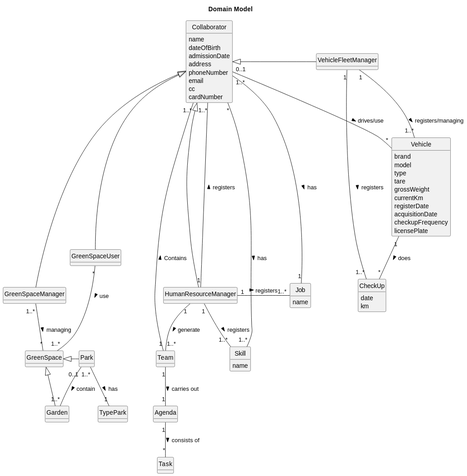
This is docs/sprint2/global-artifacts/02.analysis/svg/project-domain-model.svg from Departamento-de-Engenharia-Informatica/lei-24-s2-1db-g022, a PlantUML export, as it was before one commit. Source of this version:
```plantuml
@startuml
skinparam monochrome true
skinparam packageStyle rectangle
skinparam shadowing false
skinparam classAttributeIconSize 0
hide circle
hide methods

title Domain Model


class Collaborator {
    name
    dateOfBirth
    admissionDate
    address
    phoneNumber
    email
    cc
    cardNumber

}
class VehicleFleetManager {
}

class HumanResourceManager {
}

class GreenSpaceManager{
}

class GreenSpaceUser{
}

class Team{
}

class Agenda{
}

class Task{
}

class Vehicle{
    brand
    model
    type
    tare
    grossWeight
    currentKm
    registerDate
    acquisitionDate
    checkupFrequency
    licensePlate
}

class CheckUp{
    date
    km
}

class Skill{
    name
}

class Job{
    name
}

class Park{
}

class GreenSpace{
}

class Garden{
}

class TypePark{}


GreenSpace <|- Park
GreenSpace <|-- Garden
Park "1..*" -- "1" TypePark : has >
Park "0..1" -- "1..*" Garden : contain >



Collaborator  <|--  HumanResourceManager
Collaborator <|- VehicleFleetManager
Collaborator <|--- GreenSpaceManager
Collaborator <|-- GreenSpaceUser

HumanResourceManager "1" --- "1..*" Collaborator : registers >
HumanResourceManager "1" - "1..*" Job : registers >
HumanResourceManager "1" -- "1..*" Skill : registers >
HumanResourceManager "1" -- "1..*" Team : generate >


Collaborator "0..1" -- "*" Vehicle : drives/use >
Collaborator "1..*" ---- "1" Team : Contains <

Team "1" -- "1" Agenda : carries out >

Agenda "1" -- "*" Task : consists of >

Vehicle "1" -- "*" CheckUp :  does >

Skill "1..*" -- "*" Collaborator : has <

Job "1" -- "1..*" Collaborator : has <

VehicleFleetManager "1" -- "1..*" Vehicle : registers/managing >
VehicleFleetManager "1" -- "1..*" CheckUp : registers >

GreenSpaceManager "1..*" -- "*" GreenSpace :  managing >
GreenSpaceUser "*" -- "1..*" GreenSpace :  use >
@enduml
```
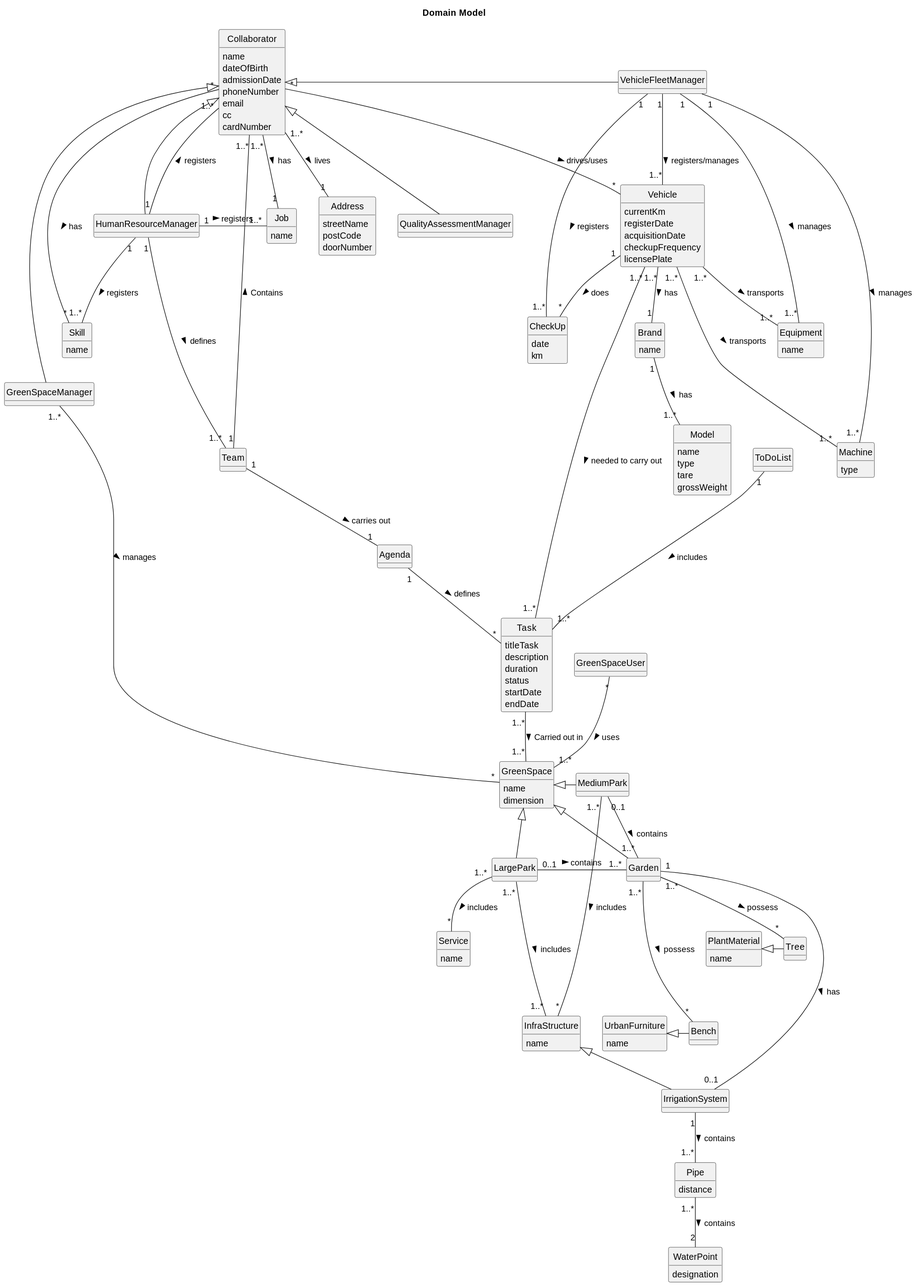
The same file after the commit.

Commit message:
Retification of global artefacts: -glossary; -analysis; -domain diagram.

What changed in the source:
```diff
@@ -13,13 +13,19 @@
     name
     dateOfBirth
     admissionDate
-    address
     phoneNumber
     email
     cc
     cardNumber
 
 }
+
+class Address {
+    streetName
+    postCode
+    doorNumber
+}
+
 class VehicleFleetManager {
 }
 
@@ -32,27 +38,42 @@
 class GreenSpaceUser{
 }
 
-class Team{
-}
+class QualityAssessmentManager{}
 
-class Agenda{
-}
+class Team{}
+
+class Agenda{}
+
+class ToDoList{}
 
 class Task{
+    titleTask
+    description
+    duration
+    status
+    startDate
+    endDate
 }
 
 class Vehicle{
-    brand
-    model
-    type
-    tare
-    grossWeight
     currentKm
     registerDate
     acquisitionDate
     checkupFrequency
     licensePlate
 }
+
+class Brand{
+    name
+}
+
+class Model{
+    name
+    type
+    tare
+    grossWeight
+}
+
 
 class CheckUp{
     date
@@ -67,52 +88,125 @@
     name
 }
 
-class Park{
+class MediumPark{
 }
 
 class GreenSpace{
+    name
+    dimension
 }
 
-class Garden{
+class Garden{}
+
+class LargePark{}
+
+class PlantMaterial{
+    name
 }
 
-class TypePark{}
+class Tree{}
+
+class UrbanFurniture{
+    name
+}
+
+class Bench{}
+
+class InfraStructure{
+    name
+}
+
+class IrrigationSystem{}
+
+class Pipe{
+    distance
+}
+
+class WaterPoint{
+    designation
+}
+
+class Service{
+    name
+}
+
+class Machine{
+    type
+}
+
+class Equipment{
+    name
+}
 
 
-GreenSpace <|- Park
-GreenSpace <|-- Garden
-Park "1..*" -- "1" TypePark : has >
-Park "0..1" -- "1..*" Garden : contain >
+VehicleFleetManager "1" - "1..*" Machine :  manages >
+VehicleFleetManager "1" - "1..*" Equipment :  manages >
 
 
+Vehicle "1..*" - "1..*" Task :  needed to carry out >
+Vehicle "1..*" --- "1..*" Machine :  transports >
+Vehicle "1..*" -- "1..*" Equipment :  transports >
 
+ToDoList "1" --- "1..*" Task : includes >
+
+
+IrrigationSystem "1" -- "1..*" Pipe : contains >
+Pipe "1..*" -- "2" WaterPoint : contains >
+
+
+InfraStructure <|- IrrigationSystem
+Garden "1" ---- "0..1" IrrigationSystem : has >
+MediumPark "1..*" -- "*" InfraStructure : includes >
+LargePark "1..*" --- "1..*" InfraStructure : includes >
+LargePark "1..*" -- "*" Service : includes >
+
+Task "1..*" -- "1..*" GreenSpace :  Carried out in  >
+PlantMaterial <|- Tree
+Garden "1..*" -- "*" Tree : possess >
+
+UrbanFurniture <|- Bench
+Garden "1..*" --- "*" Bench : possess >
+
+
+Collaborator "1..*" -- "1" Address : lives >
+
+Vehicle "1..*" -- "1" Brand : has >
+Brand "1" -- "1..*" Model : has >
+
+GreenSpace <|- MediumPark
+GreenSpace <|-- Garden
+GreenSpace <|-- LargePark
+MediumPark "0..1" -- "1..*" Garden : contains >
+LargePark "0..1" - "1..*" Garden : contains >
+
+
+Collaborator  <|--  QualityAssessmentManager
 Collaborator  <|--  HumanResourceManager
 Collaborator <|- VehicleFleetManager
 Collaborator <|--- GreenSpaceManager
-Collaborator <|-- GreenSpaceUser
 
-HumanResourceManager "1" --- "1..*" Collaborator : registers >
+HumanResourceManager "1" -- "1..*" Collaborator : registers >
 HumanResourceManager "1" - "1..*" Job : registers >
 HumanResourceManager "1" -- "1..*" Skill : registers >
-HumanResourceManager "1" -- "1..*" Team : generate >
+HumanResourceManager "1" -- "1..*" Team : defines >
 
 
-Collaborator "0..1" -- "*" Vehicle : drives/use >
+Collaborator "*" -- "*" Vehicle : drives/uses >
 Collaborator "1..*" ---- "1" Team : Contains <
 
 Team "1" -- "1" Agenda : carries out >
 
-Agenda "1" -- "*" Task : consists of >
+Agenda "1" -- "*" Task : defines >
 
 Vehicle "1" -- "*" CheckUp :  does >
 
-Skill "1..*" -- "*" Collaborator : has <
+Skill "*" -- "*" Collaborator : has <
 
 Job "1" -- "1..*" Collaborator : has <
 
-VehicleFleetManager "1" -- "1..*" Vehicle : registers/managing >
+VehicleFleetManager "1" -- "1..*" Vehicle : registers/manages >
 VehicleFleetManager "1" -- "1..*" CheckUp : registers >
 
-GreenSpaceManager "1..*" -- "*" GreenSpace :  managing >
-GreenSpaceUser "*" -- "1..*" GreenSpace :  use >
+GreenSpaceManager "1..*" -- "*" GreenSpace :  manages >
+GreenSpaceUser "*" -- "1..*" GreenSpace :  uses >
 @enduml
```
